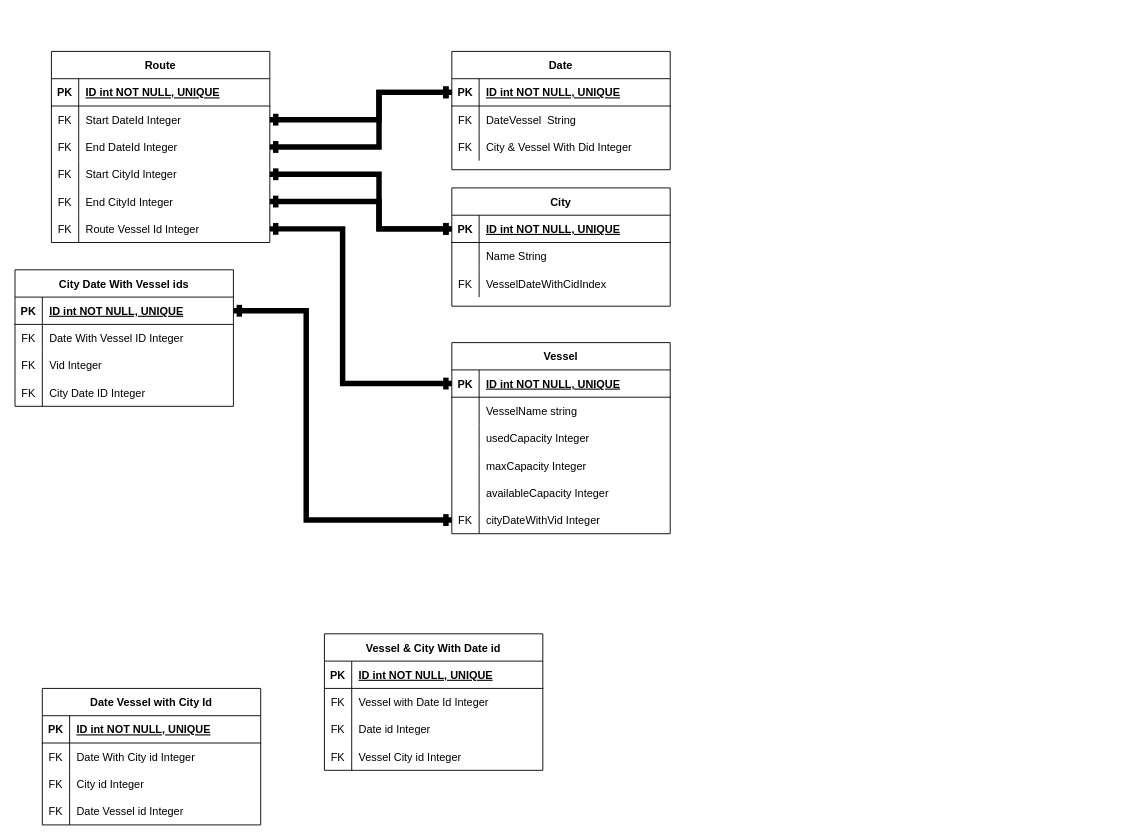
This is drawIo/erDiagramTables.drawio from jmsaRuc/sofdevporjekt, a draw.io file, before an edit. Source tidied: cells renumbered, new cells numbered last; positions are measured from the earlier drawing's top-left corner, leaving out a move shared by most shapes. Both pictures are drawn from the tidied source at 91%, with x=0, y=0 at pixel (15, 51).
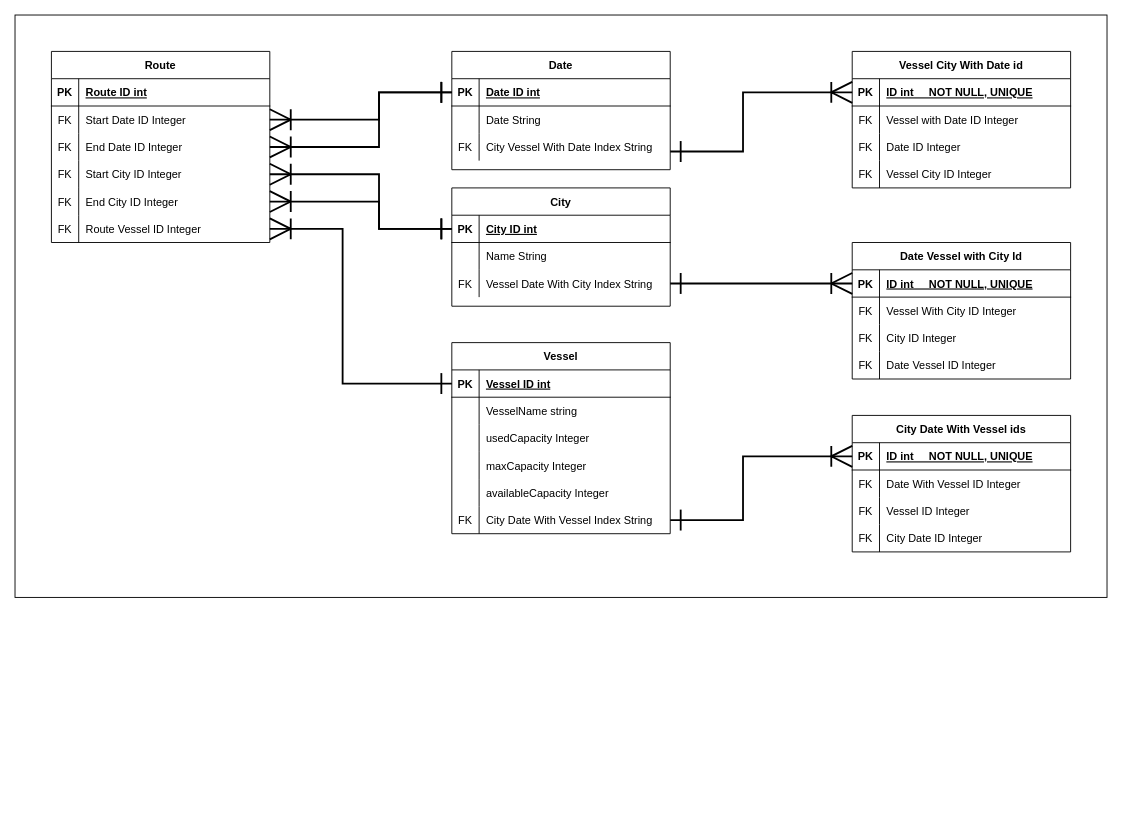
Above is the later version.

Unchanged cells that the change refers to:
```xml
<mxCell id="3" style="shape=partialRectangle;fillColor=none;points=[[0,0.5],[1,0.5]];portConstraint=eastwest;top=0;left=0;right=0;bottom=1;" parent="2" vertex="1">
  <mxGeometry y="30" width="240" height="30" as="geometry" />
</mxCell>
<mxCell id="6" style="shape=partialRectangle;fillColor=none;top=0;left=0;right=0;bottom=0;" parent="2" vertex="1">
  <mxGeometry y="60" width="240" height="30" as="geometry" />
</mxCell>
<mxCell id="9" style="shape=partialRectangle;fillColor=none;top=0;left=0;right=0;bottom=0;" parent="2" vertex="1">
  <mxGeometry y="90" width="240" height="30" as="geometry" />
</mxCell>
<mxCell id="13" style="shape=partialRectangle;fillColor=none;points=[[0,0.5],[1,0.5]];portConstraint=eastwest;top=0;left=0;right=0;bottom=1;" parent="12" vertex="1">
  <mxGeometry y="30" width="240" height="30" as="geometry" />
</mxCell>
<mxCell id="19" style="shape=partialRectangle;fillColor=none;top=0;left=0;right=0;bottom=0;" parent="12" vertex="1">
  <mxGeometry y="90" width="240" height="30" as="geometry" />
</mxCell>
<mxCell id="23" style="shape=partialRectangle;fillColor=none;top=0;left=0;right=0;bottom=1;" parent="22" vertex="1">
  <mxGeometry y="30" width="240" height="30" as="geometry" />
</mxCell>
<mxCell id="26" style="shape=partialRectangle;fillColor=none;points=[[0,0.5],[1,0.5]];portConstraint=eastwest;top=0;left=0;right=0;bottom=0;" parent="22" vertex="1">
  <mxGeometry y="60" width="240" height="30" as="geometry" />
</mxCell>
<mxCell id="29" style="shape=partialRectangle;fillColor=none;points=[[0,0.5],[1,0.5]];portConstraint=eastwest;top=0;left=0;right=0;bottom=0;" parent="22" vertex="1">
  <mxGeometry y="90" width="240" height="30" as="geometry" />
</mxCell>
<mxCell id="32" style="shape=partialRectangle;fillColor=none;points=[[0,0.5],[1,0.5]];portConstraint=eastwest;top=0;left=0;right=0;bottom=0;" parent="22" vertex="1">
  <mxGeometry y="120" width="240" height="30" as="geometry" />
</mxCell>
<mxCell id="35" style="shape=partialRectangle;fillColor=none;points=[[0,0.5],[1,0.5]];portConstraint=eastwest;top=0;left=0;right=0;bottom=0;" parent="22" vertex="1">
  <mxGeometry y="150" width="240" height="30" as="geometry" />
</mxCell>
<mxCell id="38" style="shape=partialRectangle;fillColor=none;points=[[0,0.5],[1,0.5]];portConstraint=eastwest;top=0;left=0;right=0;bottom=0;" parent="22" vertex="1">
  <mxGeometry y="180" width="240" height="30" as="geometry" />
</mxCell>
<mxCell id="42" style="shape=partialRectangle;fillColor=none;points=[[0,0.5],[1,0.5]];portConstraint=eastwest;top=0;left=0;right=0;bottom=1;" parent="41" vertex="1">
  <mxGeometry y="30" width="240" height="30" as="geometry" />
</mxCell>
<mxCell id="48" style="shape=partialRectangle;fillColor=none;top=0;left=0;right=0;bottom=0;" parent="41" vertex="1">
  <mxGeometry y="90" width="240" height="30" as="geometry" />
</mxCell>
<mxCell id="55" style="shape=partialRectangle;fillColor=none;points=[[0,0.5],[1,0.5]];portConstraint=eastwest;top=0;left=0;right=0;bottom=1;" parent="54" vertex="1">
  <mxGeometry y="30" width="240" height="30" as="geometry" />
</mxCell>
<mxCell id="58" style="shape=partialRectangle;fillColor=none;top=0;left=0;right=0;bottom=0;" parent="54" vertex="1">
  <mxGeometry y="60" width="240" height="30" as="geometry" />
</mxCell>
<mxCell id="61" style="shape=partialRectangle;fillColor=none;top=0;left=0;right=0;bottom=0;" parent="54" vertex="1">
  <mxGeometry y="90" width="240" height="30" as="geometry" />
</mxCell>
<mxCell id="64" style="shape=partialRectangle;fillColor=none;top=0;left=0;right=0;bottom=0;" parent="54" vertex="1">
  <mxGeometry y="120" width="240" height="30" as="geometry" />
</mxCell>
<mxCell id="68" style="shape=partialRectangle;fillColor=none;points=[[0,0.5],[1,0.5]];portConstraint=eastwest;top=0;left=0;right=0;bottom=1;" parent="67" vertex="1">
  <mxGeometry y="30" width="240" height="30" as="geometry" />
</mxCell>
<mxCell id="71" style="shape=partialRectangle;fillColor=none;top=0;left=0;right=0;bottom=0;" parent="67" vertex="1">
  <mxGeometry y="60" width="240" height="30" as="geometry" />
</mxCell>
<mxCell id="74" style="shape=partialRectangle;fillColor=none;top=0;left=0;right=0;bottom=0;" parent="67" vertex="1">
  <mxGeometry y="90" width="240" height="30" as="geometry" />
</mxCell>
<mxCell id="77" style="shape=partialRectangle;fillColor=none;top=0;left=0;right=0;bottom=0;" parent="67" vertex="1">
  <mxGeometry y="120" width="240" height="30" as="geometry" />
</mxCell>
<mxCell id="85" style="shape=partialRectangle;fillColor=none;points=[[0,0.5],[1,0.5]];portConstraint=eastwest;top=0;left=0;right=0;bottom=1;" parent="84" vertex="1">
  <mxGeometry y="30" width="240" height="30" as="geometry" />
</mxCell>
<mxCell id="100" style="shape=partialRectangle;fillColor=none;points=[[0,0.5],[1,0.5]];portConstraint=eastwest;top=0;left=0;right=0;bottom=0;" parent="84" vertex="1">
  <mxGeometry y="180" width="240" height="30" as="geometry" />
</mxCell>
```

Change to the diagram source:
```diff
@@
+    <mxCell id="105" style="rounded=0;whiteSpace=wrap;html=1;" parent="1" vertex="1">
+      <mxGeometry y="-40" width="1200" height="640" as="geometry" />
+    </mxCell>
@@
-    <mxCell id="5" value="ID int NOT NULL, UNIQUE" style="shape=partialRectangle;overflow=hidden;fillColor=none;top=0;left=0;bottom=0;right=0;align=left;spacingLeft=6;fontStyle=5;" parent="3" vertex="1">
+    <mxCell id="5" value="Date ID int" style="shape=partialRectangle;overflow=hidden;fillColor=none;top=0;left=0;bottom=0;right=0;align=left;spacingLeft=6;fontStyle=5;" parent="3" vertex="1">
       <mxGeometry x="30" width="210" height="30" as="geometry" />
     </mxCell>
@@
-    <mxCell id="7" value="FK" style="shape=partialRectangle;overflow=hidden;fillColor=none;top=0;left=0;bottom=0;right=0;" parent="6" vertex="1">
+    <mxCell id="7" style="shape=partialRectangle;overflow=hidden;fillColor=none;top=0;left=0;bottom=0;right=0;" parent="6" vertex="1">
       <mxGeometry width="30" height="30" as="geometry" />
     </mxCell>
-    <mxCell id="8" value="DateVessel  String" style="shape=partialRectangle;overflow=hidden;fillColor=none;top=0;left=0;bottom=0;right=0;align=left;spacingLeft=6;" parent="6" vertex="1">
+    <mxCell id="8" value="Date String" style="shape=partialRectangle;overflow=hidden;fillColor=none;top=0;left=0;bottom=0;right=0;align=left;spacingLeft=6;" parent="6" vertex="1">
       <mxGeometry x="30" width="210" height="30" as="geometry" />
     </mxCell>
@@
-    <mxCell id="11" value="City &amp; Vessel With Did Integer" style="shape=partialRectangle;overflow=hidden;fillColor=none;top=0;left=0;bottom=0;right=0;align=left;spacingLeft=6;" parent="9" vertex="1">
+    <mxCell id="11" value="City Vessel With Date Index String" style="shape=partialRectangle;overflow=hidden;fillColor=none;top=0;left=0;bottom=0;right=0;align=left;spacingLeft=6;" parent="9" vertex="1">
       <mxGeometry x="30" width="210" height="30" as="geometry" />
     </mxCell>
@@
-    <mxCell id="15" value="ID int NOT NULL, UNIQUE" style="shape=partialRectangle;overflow=hidden;fillColor=none;top=0;left=0;bottom=0;right=0;align=left;spacingLeft=6;fontStyle=5;" parent="13" vertex="1">
+    <mxCell id="15" value="City ID int" style="shape=partialRectangle;overflow=hidden;fillColor=none;top=0;left=0;bottom=0;right=0;align=left;spacingLeft=6;fontStyle=5;" parent="13" vertex="1">
       <mxGeometry x="30" width="210" height="30" as="geometry" />
     </mxCell>
@@
-    <mxCell id="21" value="VesselDateWithCidIndex" style="shape=partialRectangle;overflow=hidden;fillColor=none;top=0;left=0;bottom=0;right=0;align=left;spacingLeft=6;" parent="19" vertex="1">
+    <mxCell id="21" value="Vessel Date With City Index String" style="shape=partialRectangle;overflow=hidden;fillColor=none;top=0;left=0;bottom=0;right=0;align=left;spacingLeft=6;" parent="19" vertex="1">
       <mxGeometry x="30" width="210" height="30" as="geometry" />
     </mxCell>
@@
-    <mxCell id="25" value="ID int NOT NULL, UNIQUE" style="shape=partialRectangle;overflow=hidden;fillColor=none;top=0;left=0;bottom=0;right=0;align=left;spacingLeft=6;fontStyle=5;" parent="23" vertex="1">
+    <mxCell id="25" value="Route ID int" style="shape=partialRectangle;overflow=hidden;fillColor=none;top=0;left=0;bottom=0;right=0;align=left;spacingLeft=6;fontStyle=5;" parent="23" vertex="1">
       <mxGeometry x="30" width="210" height="30" as="geometry" />
     </mxCell>
@@
-    <mxCell id="28" value="Start DateId Integer" style="shape=partialRectangle;overflow=hidden;fillColor=none;top=0;left=0;bottom=0;right=0;align=left;spacingLeft=6;" parent="26" vertex="1">
+    <mxCell id="28" value="Start Date ID Integer" style="shape=partialRectangle;overflow=hidden;fillColor=none;top=0;left=0;bottom=0;right=0;align=left;spacingLeft=6;" parent="26" vertex="1">
       <mxGeometry x="30" width="210" height="30" as="geometry" />
     </mxCell>
@@
-    <mxCell id="31" value="End DateId Integer" style="shape=partialRectangle;overflow=hidden;fillColor=none;top=0;left=0;bottom=0;right=0;align=left;spacingLeft=6;" parent="29" vertex="1">
+    <mxCell id="31" value="End Date ID Integer" style="shape=partialRectangle;overflow=hidden;fillColor=none;top=0;left=0;bottom=0;right=0;align=left;spacingLeft=6;" parent="29" vertex="1">
       <mxGeometry x="30" width="210" height="30" as="geometry" />
     </mxCell>
@@
-    <mxCell id="34" value="Start CityId Integer" style="shape=partialRectangle;overflow=hidden;fillColor=none;top=0;left=0;bottom=0;right=0;align=left;spacingLeft=6;" parent="32" vertex="1">
+    <mxCell id="34" value="Start City ID Integer" style="shape=partialRectangle;overflow=hidden;fillColor=none;top=0;left=0;bottom=0;right=0;align=left;spacingLeft=6;" parent="32" vertex="1">
       <mxGeometry x="30" width="210" height="30" as="geometry" />
     </mxCell>
@@
-    <mxCell id="37" value="End CityId Integer" style="shape=partialRectangle;overflow=hidden;fillColor=none;top=0;left=0;bottom=0;right=0;align=left;spacingLeft=6;" parent="35" vertex="1">
+    <mxCell id="37" value="End City ID Integer" style="shape=partialRectangle;overflow=hidden;fillColor=none;top=0;left=0;bottom=0;right=0;align=left;spacingLeft=6;" parent="35" vertex="1">
       <mxGeometry x="30" width="210" height="30" as="geometry" />
     </mxCell>
@@
-    <mxCell id="40" value="Route Vessel Id Integer" style="shape=partialRectangle;overflow=hidden;fillColor=none;top=0;left=0;bottom=0;right=0;align=left;spacingLeft=6;" parent="38" vertex="1">
+    <mxCell id="40" value="Route Vessel ID Integer" style="shape=partialRectangle;overflow=hidden;fillColor=none;top=0;left=0;bottom=0;right=0;align=left;spacingLeft=6;" parent="38" vertex="1">
       <mxGeometry x="30" width="210" height="30" as="geometry" />
     </mxCell>
     <mxCell id="41" value="City Date With Vessel ids" style="shape=table;startSize=30;childLayout=tableLayout;rowLines=0;fontStyle=1;align=center;" parent="1" vertex="1">
-      <mxGeometry y="240" width="240" height="150" as="geometry" />
+      <mxGeometry x="920" y="400" width="240" height="150" as="geometry" />
     </mxCell>
@@
-    <mxCell id="44" value="ID int NOT NULL, UNIQUE" style="shape=partialRectangle;overflow=hidden;fillColor=none;top=0;left=0;bottom=0;right=0;align=left;spacingLeft=6;fontStyle=5;" parent="42" vertex="1">
+    <mxCell id="44" value="ID int     NOT NULL, UNIQUE" style="shape=partialRectangle;overflow=hidden;fillColor=none;top=0;left=0;bottom=0;right=0;align=left;spacingLeft=6;fontStyle=5;" parent="42" vertex="1">
       <mxGeometry x="30" width="210" height="30" as="geometry" />
     </mxCell>
@@
-    <mxCell id="50" value="Vid Integer" style="shape=partialRectangle;overflow=hidden;fillColor=none;top=0;left=0;bottom=0;right=0;align=left;spacingLeft=6;" parent="48" vertex="1">
+    <mxCell id="50" value="Vessel ID Integer" style="shape=partialRectangle;overflow=hidden;fillColor=none;top=0;left=0;bottom=0;right=0;align=left;spacingLeft=6;" parent="48" vertex="1">
       <mxGeometry x="30" width="210" height="30" as="geometry" />
     </mxCell>
@@
-    <mxCell id="54" value="Vessel &amp; City With Date id" style="shape=table;startSize=30;childLayout=tableLayout;rowLines=0;fontStyle=1;align=center;" parent="1" vertex="1">
-      <mxGeometry x="340" y="640" width="240" height="150" as="geometry" />
+    <mxCell id="54" value="Vessel City With Date id" style="shape=table;startSize=30;childLayout=tableLayout;rowLines=0;fontStyle=1;align=center;" parent="1" vertex="1">
+      <mxGeometry x="920" width="240" height="150" as="geometry" />
     </mxCell>
@@
-    <mxCell id="57" value="ID int NOT NULL, UNIQUE" style="shape=partialRectangle;overflow=hidden;fillColor=none;top=0;left=0;bottom=0;right=0;align=left;spacingLeft=6;fontStyle=5;" parent="55" vertex="1">
+    <mxCell id="57" value="ID int     NOT NULL, UNIQUE" style="shape=partialRectangle;overflow=hidden;fillColor=none;top=0;left=0;bottom=0;right=0;align=left;spacingLeft=6;fontStyle=5;" parent="55" vertex="1">
       <mxGeometry x="30" width="210" height="30" as="geometry" />
     </mxCell>
@@
-    <mxCell id="60" value="Vessel with Date Id Integer" style="shape=partialRectangle;overflow=hidden;fillColor=none;top=0;left=0;bottom=0;right=0;align=left;spacingLeft=6;" parent="58" vertex="1">
+    <mxCell id="60" value="Vessel with Date ID Integer" style="shape=partialRectangle;overflow=hidden;fillColor=none;top=0;left=0;bottom=0;right=0;align=left;spacingLeft=6;" parent="58" vertex="1">
       <mxGeometry x="30" width="210" height="30" as="geometry" />
     </mxCell>
@@
-    <mxCell id="63" value="Date id Integer" style="shape=partialRectangle;overflow=hidden;fillColor=none;top=0;left=0;bottom=0;right=0;align=left;spacingLeft=6;" parent="61" vertex="1">
+    <mxCell id="63" value="Date ID Integer" style="shape=partialRectangle;overflow=hidden;fillColor=none;top=0;left=0;bottom=0;right=0;align=left;spacingLeft=6;" parent="61" vertex="1">
       <mxGeometry x="30" width="210" height="30" as="geometry" />
     </mxCell>
@@
-    <mxCell id="66" value="Vessel City id Integer" style="shape=partialRectangle;overflow=hidden;fillColor=none;top=0;left=0;bottom=0;right=0;align=left;spacingLeft=6;" parent="64" vertex="1">
+    <mxCell id="66" value="Vessel City ID Integer" style="shape=partialRectangle;overflow=hidden;fillColor=none;top=0;left=0;bottom=0;right=0;align=left;spacingLeft=6;" parent="64" vertex="1">
       <mxGeometry x="30" width="210" height="30" as="geometry" />
     </mxCell>
     <mxCell id="67" value="Date Vessel with City Id" style="shape=table;startSize=30;childLayout=tableLayout;rowLines=0;fontStyle=1;align=center;" parent="1" vertex="1">
-      <mxGeometry x="30" y="700" width="240" height="150" as="geometry" />
+      <mxGeometry x="920" y="210" width="240" height="150" as="geometry" />
     </mxCell>
@@
-    <mxCell id="70" value="ID int NOT NULL, UNIQUE" style="shape=partialRectangle;overflow=hidden;fillColor=none;top=0;left=0;bottom=0;right=0;align=left;spacingLeft=6;fontStyle=5;" parent="68" vertex="1">
+    <mxCell id="70" value="ID int     NOT NULL, UNIQUE" style="shape=partialRectangle;overflow=hidden;fillColor=none;top=0;left=0;bottom=0;right=0;align=left;spacingLeft=6;fontStyle=5;" parent="68" vertex="1">
       <mxGeometry x="30" width="210" height="30" as="geometry" />
     </mxCell>
@@
-    <mxCell id="73" value="Date With City id Integer" style="shape=partialRectangle;overflow=hidden;fillColor=none;top=0;left=0;bottom=0;right=0;align=left;spacingLeft=6;" parent="71" vertex="1">
+    <mxCell id="73" value="Vessel With City ID Integer" style="shape=partialRectangle;overflow=hidden;fillColor=none;top=0;left=0;bottom=0;right=0;align=left;spacingLeft=6;" parent="71" vertex="1">
       <mxGeometry x="30" width="210" height="30" as="geometry" />
     </mxCell>
@@
-    <mxCell id="76" value="City id Integer" style="shape=partialRectangle;overflow=hidden;fillColor=none;top=0;left=0;bottom=0;right=0;align=left;spacingLeft=6;" parent="74" vertex="1">
+    <mxCell id="76" value="City ID Integer" style="shape=partialRectangle;overflow=hidden;fillColor=none;top=0;left=0;bottom=0;right=0;align=left;spacingLeft=6;" parent="74" vertex="1">
       <mxGeometry x="30" width="210" height="30" as="geometry" />
     </mxCell>
@@
-    <mxCell id="79" value="Date Vessel id Integer" style="shape=partialRectangle;overflow=hidden;fillColor=none;top=0;left=0;bottom=0;right=0;align=left;spacingLeft=6;" parent="77" vertex="1">
+    <mxCell id="79" value="Date Vessel ID Integer" style="shape=partialRectangle;overflow=hidden;fillColor=none;top=0;left=0;bottom=0;right=0;align=left;spacingLeft=6;" parent="77" vertex="1">
       <mxGeometry x="30" width="210" height="30" as="geometry" />
     </mxCell>
-    <mxCell id="80" style="edgeStyle=orthogonalEdgeStyle;rounded=0;jettySize=auto;html=1;entryX=0;entryY=0.5;entryDx=0;entryDy=0;startArrow=ERone;startFill=0;targetPerimeterSpacing=0;strokeWidth=6;endArrow=ERone;endFill=0;" parent="1" edge="1" source="26" target="3">
+    <mxCell id="80" style="edgeStyle=orthogonalEdgeStyle;rounded=0;jettySize=auto;html=1;entryX=0;entryY=0.5;entryDx=0;entryDy=0;startArrow=ERoneToMany;startFill=0;targetPerimeterSpacing=0;strokeWidth=2;endArrow=ERone;endFill=0;endSize=20;startSize=20;" parent="1" edge="1" source="26" target="3">
       <mxGeometry relative="1" as="geometry">
         <Array as="points">
           <mxPoint x="400" y="75" />
           <mxPoint x="400" y="45" />
         </Array>
       </mxGeometry>
     </mxCell>
-    <mxCell id="81" style="edgeStyle=orthogonalEdgeStyle;rounded=0;jettySize=auto;html=1;startArrow=ERone;startFill=0;targetPerimeterSpacing=0;strokeWidth=6;endArrow=ERone;endFill=0;exitX=1;exitY=0.5;exitDx=0;exitDy=0;" parent="1" edge="1" source="29" target="3">
+    <mxCell id="81" style="edgeStyle=orthogonalEdgeStyle;rounded=0;jettySize=auto;html=1;startArrow=ERoneToMany;startFill=0;targetPerimeterSpacing=0;strokeWidth=2;endArrow=ERone;endFill=0;exitX=1;exitY=0.5;exitDx=0;exitDy=0;endSize=20;startSize=20;" parent="1" edge="1" source="29" target="3">
       <mxGeometry relative="1" as="geometry">
         <Array as="points">
           <mxPoint x="400" y="105" />
           <mxPoint x="400" y="45" />
         </Array>
       </mxGeometry>
     </mxCell>
-    <mxCell id="82" style="edgeStyle=orthogonalEdgeStyle;rounded=0;jettySize=auto;html=1;entryX=0;entryY=0.5;entryDx=0;entryDy=0;startArrow=ERone;startFill=0;targetPerimeterSpacing=0;strokeWidth=6;endArrow=ERone;endFill=0;exitX=1;exitY=0.5;exitDx=0;exitDy=0;" parent="1" edge="1" source="32" target="13">
+    <mxCell id="82" style="edgeStyle=orthogonalEdgeStyle;rounded=0;jettySize=auto;html=1;entryX=0;entryY=0.5;entryDx=0;entryDy=0;startArrow=ERoneToMany;startFill=0;targetPerimeterSpacing=0;strokeWidth=2;endArrow=ERone;endFill=0;exitX=1;exitY=0.5;exitDx=0;exitDy=0;endSize=20;startSize=20;" parent="1" edge="1" source="32" target="13">
       <mxGeometry relative="1" as="geometry">
         <Array as="points">
           <mxPoint x="400" y="135" />
           <mxPoint x="400" y="195" />
         </Array>
       </mxGeometry>
     </mxCell>
-    <mxCell id="83" style="edgeStyle=orthogonalEdgeStyle;rounded=0;jettySize=auto;html=1;entryX=0;entryY=0.5;entryDx=0;entryDy=0;startArrow=ERone;startFill=0;targetPerimeterSpacing=0;strokeWidth=6;endArrow=ERone;endFill=0;exitX=1;exitY=0.5;exitDx=0;exitDy=0;" parent="1" edge="1" source="35" target="13">
+    <mxCell id="83" style="edgeStyle=orthogonalEdgeStyle;rounded=0;jettySize=auto;html=1;entryX=0;entryY=0.5;entryDx=0;entryDy=0;startArrow=ERoneToMany;startFill=0;targetPerimeterSpacing=0;strokeWidth=2;endArrow=ERone;endFill=0;exitX=1;exitY=0.5;exitDx=0;exitDy=0;endSize=20;startSize=20;" parent="1" edge="1" source="35" target="13">
       <mxGeometry relative="1" as="geometry">
         <Array as="points">
           <mxPoint x="400" y="165" />
           <mxPoint x="400" y="195" />
         </Array>
       </mxGeometry>
     </mxCell>
@@
-    <mxCell id="87" value="ID int NOT NULL, UNIQUE" style="shape=partialRectangle;overflow=hidden;fillColor=none;top=0;left=0;bottom=0;right=0;align=left;spacingLeft=6;fontStyle=5;" parent="85" vertex="1">
+    <mxCell id="87" value="Vessel ID int" style="shape=partialRectangle;overflow=hidden;fillColor=none;top=0;left=0;bottom=0;right=0;align=left;spacingLeft=6;fontStyle=5;" parent="85" vertex="1">
       <mxGeometry x="30" width="210" height="30" as="geometry" />
     </mxCell>
@@
-    <mxCell id="102" value="cityDateWithVid Integer" style="shape=partialRectangle;overflow=hidden;fillColor=none;top=0;left=0;bottom=0;right=0;align=left;spacingLeft=6;" parent="100" vertex="1">
+    <mxCell id="102" value="City Date With Vessel Index String" style="shape=partialRectangle;overflow=hidden;fillColor=none;top=0;left=0;bottom=0;right=0;align=left;spacingLeft=6;" parent="100" vertex="1">
       <mxGeometry x="30" width="210" height="30" as="geometry" />
     </mxCell>
-    <mxCell id="103" style="edgeStyle=orthogonalEdgeStyle;rounded=0;jettySize=auto;html=1;entryX=0;entryY=0.5;entryDx=0;entryDy=0;startArrow=ERone;startFill=0;targetPerimeterSpacing=0;strokeWidth=6;endArrow=ERone;endFill=0;exitX=1;exitY=0.5;exitDx=0;exitDy=0;" parent="1" edge="1" source="38" target="85">
+    <mxCell id="103" style="edgeStyle=orthogonalEdgeStyle;rounded=0;jettySize=auto;html=1;entryX=0;entryY=0.5;entryDx=0;entryDy=0;startArrow=ERoneToMany;startFill=0;targetPerimeterSpacing=0;strokeWidth=2;endArrow=ERone;endFill=0;exitX=1;exitY=0.5;exitDx=0;exitDy=0;endSize=20;startSize=20;" parent="1" edge="1" source="38" target="85">
       <mxGeometry relative="1" as="geometry">
         <Array as="points">
           <mxPoint x="360" y="195" />
           <mxPoint x="360" y="365" />
         </Array>
       </mxGeometry>
     </mxCell>
-    <mxCell id="104" style="edgeStyle=orthogonalEdgeStyle;rounded=0;jettySize=auto;html=1;entryX=0;entryY=0.5;entryDx=0;entryDy=0;startArrow=ERone;startFill=0;targetPerimeterSpacing=0;strokeWidth=6;endArrow=ERone;endFill=0;exitX=1;exitY=0.5;exitDx=0;exitDy=0;" parent="1" edge="1" source="42">
+    <mxCell id="104" style="edgeStyle=orthogonalEdgeStyle;rounded=0;jettySize=auto;html=1;entryX=1;entryY=0.5;entryDx=0;entryDy=0;startArrow=ERoneToMany;startFill=0;targetPerimeterSpacing=0;strokeWidth=2;endArrow=ERone;endFill=0;endSize=20;startSize=20;sourcePerimeterSpacing=0;exitX=0;exitY=0.5;exitDx=0;exitDy=0;" parent="1" edge="1" source="42" target="100">
       <mxGeometry relative="1" as="geometry">
-        <mxPoint x="480" y="515" as="targetPoint" />
         <Array as="points">
-          <mxPoint x="320" y="285" />
-          <mxPoint x="320" y="515" />
+          <mxPoint x="800" y="445" />
+          <mxPoint x="800" y="515" />
         </Array>
       </mxGeometry>
     </mxCell>
+    <mxCell id="106" style="edgeStyle=orthogonalEdgeStyle;rounded=0;jettySize=auto;html=1;entryX=0;entryY=0.5;entryDx=0;entryDy=0;startArrow=ERone;startFill=0;targetPerimeterSpacing=0;strokeWidth=2;endArrow=ERoneToMany;endFill=0;exitX=1;exitY=0.5;exitDx=0;exitDy=0;endSize=20;startSize=20;" parent="1" edge="1" target="55">
+      <mxGeometry relative="1" as="geometry">
+        <mxPoint x="720" y="110" as="sourcePoint" />
+        <Array as="points">
+          <mxPoint x="800" y="110" />
+          <mxPoint x="800" y="45" />
+        </Array>
+      </mxGeometry>
+    </mxCell>
+    <mxCell id="107" style="edgeStyle=orthogonalEdgeStyle;rounded=0;jettySize=auto;html=1;entryX=0;entryY=0.5;entryDx=0;entryDy=0;startArrow=ERone;startFill=0;targetPerimeterSpacing=0;strokeWidth=2;endArrow=ERoneToMany;endFill=0;exitX=1;exitY=0.5;exitDx=0;exitDy=0;endSize=20;startSize=20;" parent="1" edge="1" target="68">
+      <mxGeometry relative="1" as="geometry">
+        <mxPoint x="720" y="255" as="sourcePoint" />
+        <Array as="points">
+          <mxPoint x="920" y="255" />
+        </Array>
+      </mxGeometry>
+    </mxCell>
```
